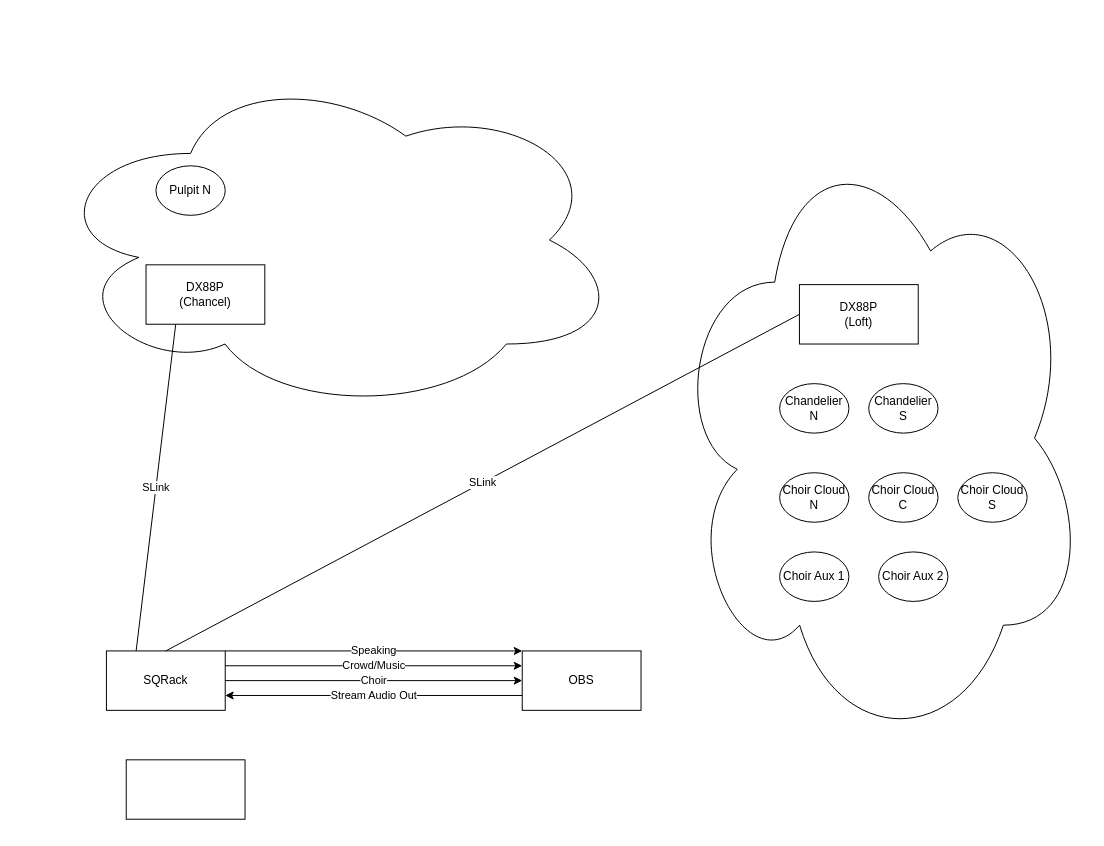
Earlier version of the draw.io diagram page "Proposed" (2 of 2) of 2nd_Pres_AV_Update.drawio (byrdman/Draw_IO_Diagrams). Source tidied: cells renumbered, new cells numbered last; positions are measured from the earlier drawing's top-left corner, leaving out a move shared by most shapes. Both pictures are drawn from the tidied source at 99%, with x=0, y=0 at pixel (47, 66).
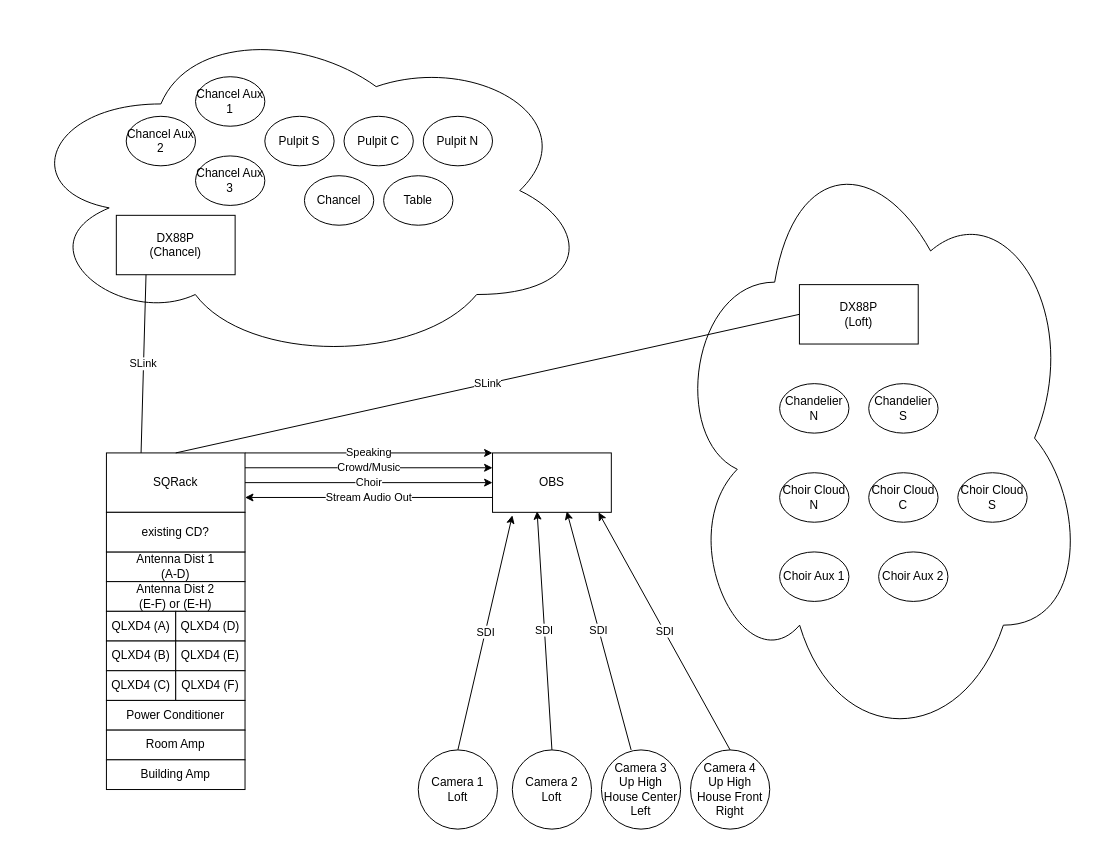
The same diagram, later.

Change to the diagram source:
```diff
@@
     <mxCell id="2" style="ellipse;shape=cloud;whiteSpace=wrap;html=1;" parent="1" vertex="1">
-      <mxGeometry width="580" height="350" as="geometry" />
+      <mxGeometry x="-30" y="-50" width="580" height="350" as="geometry" />
     </mxCell>
@@
     <mxCell id="4" value="SQRack" style="rounded=0;whiteSpace=wrap;html=1;" parent="1" vertex="1">
-      <mxGeometry x="60" y="590" width="120" height="60" as="geometry" />
+      <mxGeometry x="60" y="390" width="140" height="60" as="geometry" />
     </mxCell>
     <mxCell id="5" value="DX88P&lt;div&gt;(Chancel)&lt;/div&gt;" style="rounded=0;whiteSpace=wrap;html=1;" parent="1" vertex="1">
-      <mxGeometry x="100" y="200" width="120" height="60" as="geometry" />
+      <mxGeometry x="70" y="150" width="120" height="60" as="geometry" />
     </mxCell>
@@
     <mxCell id="7" value="OBS" style="rounded=0;whiteSpace=wrap;html=1;" parent="1" vertex="1">
-      <mxGeometry x="480" y="590" width="120" height="60" as="geometry" />
+      <mxGeometry x="450" y="390" width="120" height="60" as="geometry" />
     </mxCell>
@@
-    <mxCell id="20" style="rounded=0;whiteSpace=wrap;html=1;" parent="1" vertex="1">
-      <mxGeometry x="80" y="700" width="120" height="60" as="geometry" />
+    <mxCell id="20" value="Antenna Dist 1&lt;div&gt;(A-D)&lt;/div&gt;" style="rounded=0;whiteSpace=wrap;html=1;" parent="1" vertex="1">
+      <mxGeometry x="60" y="490" width="140" height="30" as="geometry" />
     </mxCell>
@@
-    <mxCell id="22" value="Pulpit N" style="ellipse;whiteSpace=wrap;html=1;" parent="1" vertex="1">
-      <mxGeometry x="110" y="100" width="70" height="50" as="geometry" />
+    <mxCell id="22" value="Chancel Aux 2" style="ellipse;whiteSpace=wrap;html=1;" parent="1" vertex="1">
+      <mxGeometry x="80" y="50" width="70" height="50" as="geometry" />
     </mxCell>
+    <mxCell id="23" value="Chancel Aux 1" style="ellipse;whiteSpace=wrap;html=1;" parent="1" vertex="1">
+      <mxGeometry x="150" y="10" width="70" height="50" as="geometry" />
+    </mxCell>
+    <mxCell id="24" value="Chancel" style="ellipse;whiteSpace=wrap;html=1;" parent="1" vertex="1">
+      <mxGeometry x="260" y="110" width="70" height="50" as="geometry" />
+    </mxCell>
+    <mxCell id="25" value="Table" style="ellipse;whiteSpace=wrap;html=1;" parent="1" vertex="1">
+      <mxGeometry x="340" y="110" width="70" height="50" as="geometry" />
+    </mxCell>
+    <mxCell id="26" value="Pulpit S" style="ellipse;whiteSpace=wrap;html=1;" parent="1" vertex="1">
+      <mxGeometry x="220" y="50" width="70" height="50" as="geometry" />
+    </mxCell>
+    <mxCell id="27" value="Pulpit C" style="ellipse;whiteSpace=wrap;html=1;" parent="1" vertex="1">
+      <mxGeometry x="300" y="50" width="70" height="50" as="geometry" />
+    </mxCell>
+    <mxCell id="28" value="Pulpit N" style="ellipse;whiteSpace=wrap;html=1;" parent="1" vertex="1">
+      <mxGeometry x="380" y="50" width="70" height="50" as="geometry" />
+    </mxCell>
+    <mxCell id="29" value="Chancel Aux 3" style="ellipse;whiteSpace=wrap;html=1;" parent="1" vertex="1">
+      <mxGeometry x="150" y="90" width="70" height="50" as="geometry" />
+    </mxCell>
+    <mxCell id="30" value="Antenna Dist 2&lt;div&gt;(E-F) or (E-H)&lt;/div&gt;" style="rounded=0;whiteSpace=wrap;html=1;" parent="1" vertex="1">
+      <mxGeometry x="60" y="520" width="140" height="30" as="geometry" />
+    </mxCell>
+    <mxCell id="31" value="QLXD4 (A)" style="rounded=0;whiteSpace=wrap;html=1;" parent="1" vertex="1">
+      <mxGeometry x="60" y="550" width="70" height="30" as="geometry" />
+    </mxCell>
+    <mxCell id="32" value="QLXD4 (D)" style="rounded=0;whiteSpace=wrap;html=1;" parent="1" vertex="1">
+      <mxGeometry x="130" y="550" width="70" height="30" as="geometry" />
+    </mxCell>
+    <mxCell id="33" value="QLXD4 (B)" style="rounded=0;whiteSpace=wrap;html=1;" parent="1" vertex="1">
+      <mxGeometry x="60" y="580" width="70" height="30" as="geometry" />
+    </mxCell>
+    <mxCell id="34" value="QLXD4 (E)" style="rounded=0;whiteSpace=wrap;html=1;" parent="1" vertex="1">
+      <mxGeometry x="130" y="580" width="70" height="30" as="geometry" />
+    </mxCell>
+    <mxCell id="35" value="QLXD4 (C)" style="rounded=0;whiteSpace=wrap;html=1;" parent="1" vertex="1">
+      <mxGeometry x="60" y="610" width="70" height="30" as="geometry" />
+    </mxCell>
+    <mxCell id="36" value="QLXD4 (F)" style="rounded=0;whiteSpace=wrap;html=1;" parent="1" vertex="1">
+      <mxGeometry x="130" y="610" width="70" height="30" as="geometry" />
+    </mxCell>
+    <mxCell id="37" value="existing CD?" style="rounded=0;whiteSpace=wrap;html=1;" parent="1" vertex="1">
+      <mxGeometry x="60" y="450" width="140" height="40" as="geometry" />
+    </mxCell>
+    <mxCell id="38" value="Power Conditioner" style="rounded=0;whiteSpace=wrap;html=1;" parent="1" vertex="1">
+      <mxGeometry x="60" y="640" width="140" height="30" as="geometry" />
+    </mxCell>
+    <mxCell id="39" value="Room Amp" style="rounded=0;whiteSpace=wrap;html=1;" parent="1" vertex="1">
+      <mxGeometry x="60" y="670" width="140" height="30" as="geometry" />
+    </mxCell>
+    <mxCell id="40" value="Building Amp" style="rounded=0;whiteSpace=wrap;html=1;" parent="1" vertex="1">
+      <mxGeometry x="60" y="700" width="140" height="30" as="geometry" />
+    </mxCell>
+    <mxCell id="41" value="Camera 3&lt;div&gt;Up High&lt;/div&gt;&lt;div&gt;House Center Left&lt;/div&gt;" style="ellipse;whiteSpace=wrap;html=1;" parent="1" vertex="1">
+      <mxGeometry x="560" y="690" width="80" height="80" as="geometry" />
+    </mxCell>
+    <mxCell id="42" value="Camera 1&lt;div&gt;Loft&lt;/div&gt;" style="ellipse;whiteSpace=wrap;html=1;" parent="1" vertex="1">
+      <mxGeometry x="375" y="690" width="80" height="80" as="geometry" />
+    </mxCell>
+    <mxCell id="43" value="Camera 2&lt;div&gt;Loft&lt;/div&gt;" style="ellipse;whiteSpace=wrap;html=1;" parent="1" vertex="1">
+      <mxGeometry x="470" y="690" width="80" height="80" as="geometry" />
+    </mxCell>
+    <mxCell id="44" value="Camera 4&lt;div&gt;Up High&lt;/div&gt;&lt;div&gt;House Front Right&lt;/div&gt;" style="ellipse;whiteSpace=wrap;html=1;" parent="1" vertex="1">
+      <mxGeometry x="650" y="690" width="80" height="80" as="geometry" />
+    </mxCell>
+    <mxCell id="45" value="SDI" style="endArrow=classic;html=1;rounded=0;exitX=0.5;exitY=0;exitDx=0;exitDy=0;entryX=0.167;entryY=1.05;entryDx=0;entryDy=0;entryPerimeter=0;" parent="1" edge="1" source="42" target="7">
+      <mxGeometry relative="1" as="geometry" />
+    </mxCell>
+    <mxCell id="46" value="SDI" style="endArrow=classic;html=1;rounded=0;exitX=0.5;exitY=0;exitDx=0;exitDy=0;entryX=0.375;entryY=0.983;entryDx=0;entryDy=0;entryPerimeter=0;" parent="1" edge="1" source="43" target="7">
+      <mxGeometry relative="1" as="geometry" />
+    </mxCell>
+    <mxCell id="47" value="SDI" style="endArrow=classic;html=1;rounded=0;exitX=0.375;exitY=0;exitDx=0;exitDy=0;exitPerimeter=0;entryX=0.625;entryY=0.983;entryDx=0;entryDy=0;entryPerimeter=0;" parent="1" edge="1" source="41" target="7">
+      <mxGeometry relative="1" as="geometry" />
+    </mxCell>
+    <mxCell id="48" value="SDI" style="endArrow=classic;html=1;rounded=0;entryX=0.892;entryY=1;entryDx=0;entryDy=0;entryPerimeter=0;exitX=0.5;exitY=0;exitDx=0;exitDy=0;" parent="1" edge="1" source="44" target="7">
+      <mxGeometry relative="1" as="geometry" />
+    </mxCell>
```
